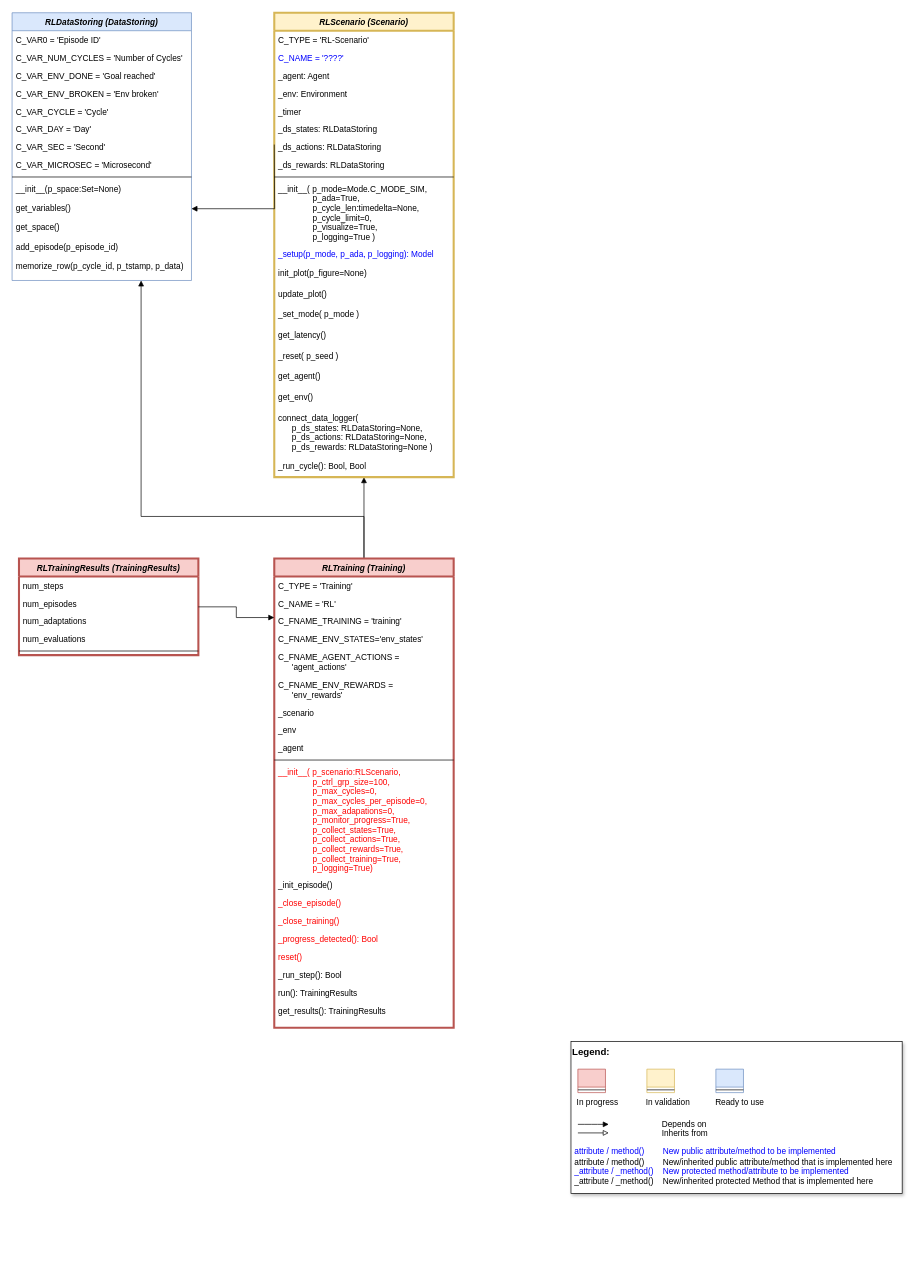
Above: doc/rl/04 run and train/MLPro-RL-Train class diagram.drawio in fhswf/MLPro (draw.io), before the change. Source tidied: cells renumbered, new cells numbered last; positions are measured from the earlier drawing's top-left corner, leaving out a move shared by most shapes. Both pictures are drawn from the tidied source at 69%, with x=0, y=0 at pixel (12, 12).
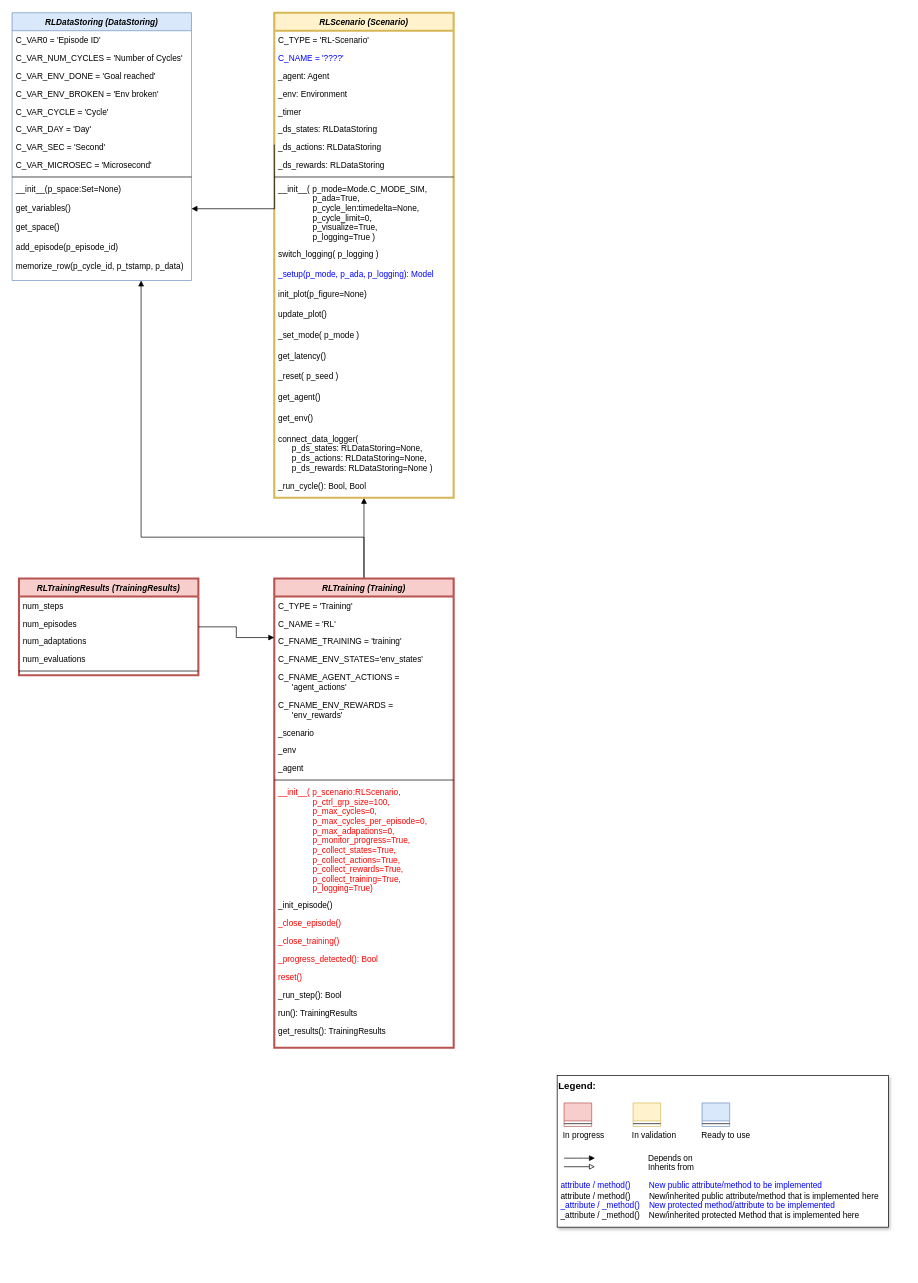
After the change.

Unchanged cells that the change refers to:
```xml
<mxCell id="45" value="RLDataStoring (DataStoring)" style="swimlane;fontStyle=3;align=center;verticalAlign=top;horizontal=1;startSize=26;rounded=0;shadow=0;strokeWidth=1;fillColor=#dae8fc;strokeColor=#6c8ebf;" parent="1" vertex="1">
  <mxGeometry width="260" height="388" as="geometry" />
</mxCell>
```

The edit, as a diff of the source:
```diff
@@
     <mxCell id="3" style="edgeStyle=orthogonalEdgeStyle;rounded=0;jettySize=auto;html=1;endArrow=block;endFill=1;exitX=0.5;exitY=0;exitDx=0;exitDy=0;" parent="1" edge="1" source="4" target="45">
       <mxGeometry relative="1" as="geometry">
         <Array as="points">
-          <mxPoint x="510" y="730" />
-          <mxPoint x="187" y="730" />
+          <mxPoint x="510" y="760" />
+          <mxPoint x="187" y="760" />
         </Array>
       </mxGeometry>
     </mxCell>
     <mxCell id="4" value="RLTraining (Training)" style="swimlane;fontStyle=3;align=center;verticalAlign=top;horizontal=1;startSize=26;rounded=0;shadow=0;strokeWidth=3;fillColor=#f8cecc;strokeColor=#b85450;" parent="1" vertex="1">
-      <mxGeometry x="380" y="791" width="260" height="680" as="geometry" />
+      <mxGeometry x="380" y="820" width="260" height="680" as="geometry" />
     </mxCell>
@@
     <mxCell id="24" value="RLScenario (Scenario)" style="swimlane;fontStyle=3;align=center;verticalAlign=top;horizontal=1;startSize=26;rounded=0;shadow=0;strokeWidth=3;fillColor=#fff2cc;strokeColor=#d6b656;" parent="1" vertex="1">
-      <mxGeometry x="380" width="260" height="673" as="geometry" />
+      <mxGeometry x="380" width="260" height="703" as="geometry" />
     </mxCell>
@@
+    <mxCell id="78" value="switch_logging( p_logging )" style="text;align=left;verticalAlign=top;spacingLeft=4;spacingRight=4;overflow=hidden;" parent="24" vertex="1">
+      <mxGeometry y="336" width="260" height="30" as="geometry" />
+    </mxCell>
     <mxCell id="35" value="_setup(p_mode, p_ada, p_logging): Model" style="text;align=left;verticalAlign=top;spacingLeft=4;spacingRight=4;overflow=hidden;fontColor=#0000FF;" parent="24" vertex="1">
-      <mxGeometry y="336" width="260" height="28" as="geometry" />
+      <mxGeometry y="366" width="260" height="28" as="geometry" />
     </mxCell>
     <mxCell id="36" value="init_plot(p_figure=None)" style="text;align=left;verticalAlign=top;spacingLeft=4;spacingRight=4;overflow=hidden;" parent="24" vertex="1">
-      <mxGeometry y="364" width="260" height="30" as="geometry" />
+      <mxGeometry y="394" width="260" height="30" as="geometry" />
     </mxCell>
     <mxCell id="37" value="update_plot()" style="text;align=left;verticalAlign=top;spacingLeft=4;spacingRight=4;overflow=hidden;" parent="24" vertex="1">
-      <mxGeometry y="394" width="260" height="30" as="geometry" />
+      <mxGeometry y="424" width="260" height="30" as="geometry" />
     </mxCell>
     <mxCell id="38" value="_set_mode( p_mode )" style="text;align=left;verticalAlign=top;spacingLeft=4;spacingRight=4;overflow=hidden;" parent="24" vertex="1">
-      <mxGeometry y="424" width="260" height="30" as="geometry" />
+      <mxGeometry y="454" width="260" height="30" as="geometry" />
     </mxCell>
     <mxCell id="39" value="get_latency()" style="text;align=left;verticalAlign=top;spacingLeft=4;spacingRight=4;overflow=hidden;" parent="24" vertex="1">
-      <mxGeometry y="454" width="260" height="30" as="geometry" />
+      <mxGeometry y="484" width="260" height="30" as="geometry" />
     </mxCell>
     <mxCell id="40" value="_reset( p_seed )" style="text;align=left;verticalAlign=top;spacingLeft=4;spacingRight=4;overflow=hidden;" parent="24" vertex="1">
-      <mxGeometry y="484" width="260" height="30" as="geometry" />
+      <mxGeometry y="514" width="260" height="30" as="geometry" />
     </mxCell>
     <mxCell id="41" value="get_agent()" style="text;align=left;verticalAlign=top;spacingLeft=4;spacingRight=4;overflow=hidden;" parent="24" vertex="1">
-      <mxGeometry y="514" width="260" height="30" as="geometry" />
+      <mxGeometry y="544" width="260" height="30" as="geometry" />
     </mxCell>
     <mxCell id="42" value="get_env()" style="text;align=left;verticalAlign=top;spacingLeft=4;spacingRight=4;overflow=hidden;" parent="24" vertex="1">
-      <mxGeometry y="544" width="260" height="30" as="geometry" />
+      <mxGeometry y="574" width="260" height="30" as="geometry" />
     </mxCell>
     <mxCell id="43" value="connect_data_logger( &#10;      p_ds_states: RLDataStoring=None,&#10;      p_ds_actions: RLDataStoring=None,&#10;      p_ds_rewards: RLDataStoring=None )" style="text;align=left;verticalAlign=top;spacingLeft=4;spacingRight=4;overflow=hidden;" parent="24" vertex="1">
-      <mxGeometry y="574" width="260" height="69" as="geometry" />
+      <mxGeometry y="604" width="260" height="69" as="geometry" />
     </mxCell>
     <mxCell id="44" value="_run_cycle(): Bool, Bool" style="text;align=left;verticalAlign=top;spacingLeft=4;spacingRight=4;overflow=hidden;" parent="24" vertex="1">
-      <mxGeometry y="643" width="260" height="30" as="geometry" />
+      <mxGeometry y="673" width="260" height="30" as="geometry" />
     </mxCell>
@@
     <mxCell id="61" value="RLTrainingResults (TrainingResults)" style="swimlane;fontStyle=3;align=center;verticalAlign=top;horizontal=1;startSize=26;rounded=0;shadow=0;strokeWidth=3;fillColor=#f8cecc;strokeColor=#b85450;" parent="1" vertex="1">
-      <mxGeometry x="10" y="791" width="260" height="140" as="geometry" />
+      <mxGeometry x="10" y="820" width="260" height="140" as="geometry" />
     </mxCell>
@@
     <mxCell id="68" style="group;" parent="1" vertex="1">
-      <mxGeometry x="810" y="1491" width="480" height="220" as="geometry" />
+      <mxGeometry x="790" y="1540" width="480" height="220" as="geometry" />
     </mxCell>
```
